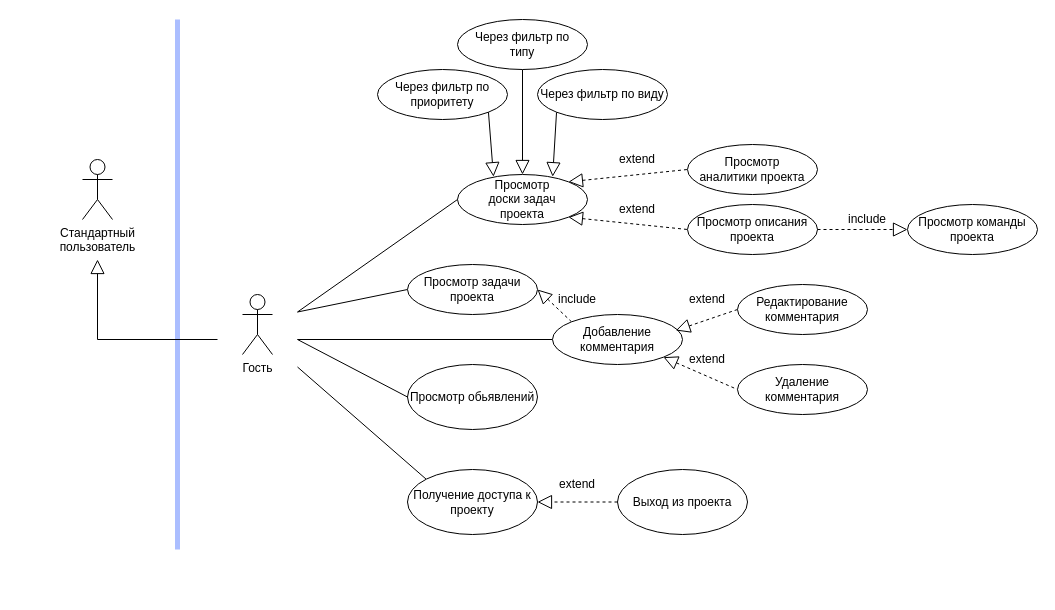
The draw.io diagram page "Page-2" (3 of 4) of doc/use-case.drawio in UlrixSingle/task-manager-suai-23, before the edit. Source tidied: cells renumbered, new cells numbered last; positions are measured from the earlier drawing's top-left corner, leaving out a move shared by most shapes. Both pictures are drawn from the tidied source at 100%, with x=0, y=0 at pixel (57, 19).
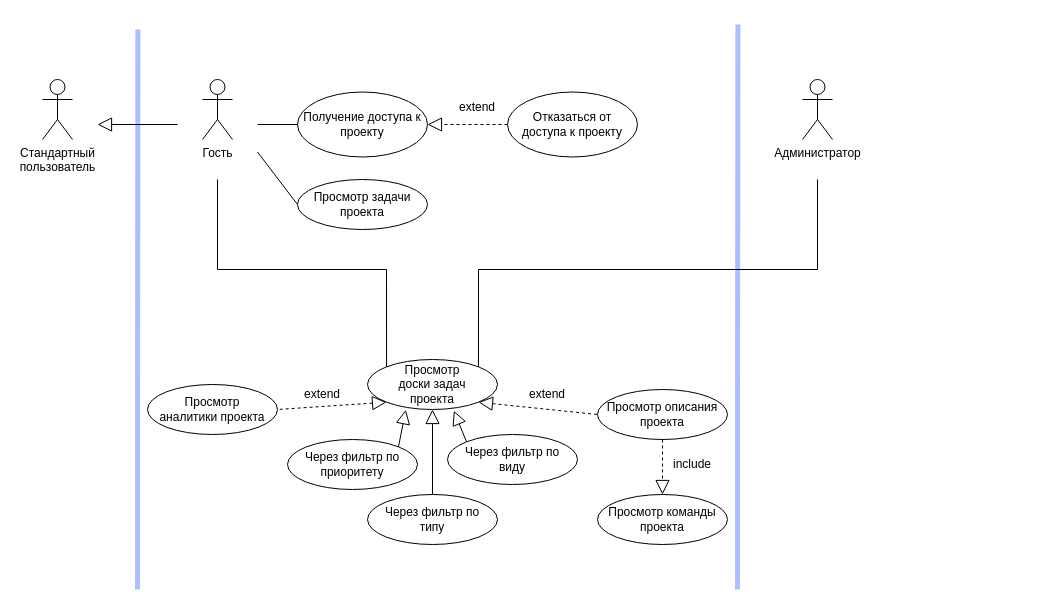
The same page after the edit.

The edit, as a diff of the source:
```diff
@@
-    <mxCell id="2" style="endArrow=none;html=1;rounded=0;edgeStyle=orthogonalEdgeStyle;fillColor=#dae8fc;strokeColor=#ABBEFF;strokeWidth=5;" parent="1" edge="1">
-      <mxGeometry relative="1" as="geometry">
-        <mxPoint x="120" y="530" as="sourcePoint" />
-        <mxPoint x="120" as="targetPoint" />
-        <Array as="points">
-          <mxPoint x="120" y="520" />
-          <mxPoint x="120" y="520" />
-        </Array>
-      </mxGeometry>
-    </mxCell>
-    <mxCell id="3" style="group;" parent="1" vertex="1">
-      <mxGeometry y="130" width="80" height="110" as="geometry" />
-    </mxCell>
+    <mxCell id="46" style="endArrow=none;html=1;rounded=0;edgeStyle=orthogonalEdgeStyle;fillColor=#dae8fc;strokeColor=#ABBEFF;strokeWidth=5;" parent="1" edge="1">
+      <mxGeometry relative="1" as="geometry">
+        <mxPoint x="80" y="570" as="sourcePoint" />
+        <mxPoint x="80.4" y="10" as="targetPoint" />
+        <Array as="points">
+          <mxPoint x="80" y="445" />
+          <mxPoint x="80" y="445" />
+        </Array>
+      </mxGeometry>
+    </mxCell>
+    <mxCell id="47" style="group;" parent="1" vertex="1">
+      <mxGeometry x="-40" y="50" width="80" height="110" as="geometry" />
+    </mxCell>
-    <mxCell id="4" value="Стандартный&lt;br&gt;пользователь" style="shape=umlActor;verticalLabelPosition=bottom;verticalAlign=top;html=1;" parent="3" vertex="1">
+    <mxCell id="4" value="Стандартный&lt;br&gt;пользователь" style="shape=umlActor;verticalLabelPosition=bottom;verticalAlign=top;html=1;" parent="47" vertex="1">
       <mxGeometry x="25" y="10" width="30" height="60" as="geometry" />
     </mxCell>
-    <mxCell id="5" style="rounded=0;whiteSpace=wrap;html=1;fillColor=none;strokeColor=none;" parent="3" vertex="1">
-      <mxGeometry width="80" height="110" as="geometry" />
-    </mxCell>
-    <mxCell id="6" style="group;" parent="1" vertex="1">
-      <mxGeometry x="160" y="265" width="80" height="110" as="geometry" />
-    </mxCell>
+    <mxCell id="48" style="rounded=0;whiteSpace=wrap;html=1;fillColor=none;strokeColor=none;" parent="47" vertex="1">
+      <mxGeometry width="80" height="110" as="geometry" />
+    </mxCell>
+    <mxCell id="49" style="group;" parent="1" vertex="1">
+      <mxGeometry x="720" y="50" width="80" height="110" as="geometry" />
+    </mxCell>
+    <mxCell id="50" value="Администратор" style="shape=umlActor;verticalLabelPosition=bottom;verticalAlign=top;html=1;" parent="49" vertex="1">
+      <mxGeometry x="25" y="10" width="30" height="60" as="geometry" />
+    </mxCell>
+    <mxCell id="51" style="rounded=0;whiteSpace=wrap;html=1;fillColor=none;strokeColor=none;" parent="49" vertex="1">
+      <mxGeometry width="80" height="110" as="geometry" />
+    </mxCell>
+    <mxCell id="52" style="group;" parent="1" vertex="1">
+      <mxGeometry x="120" y="50" width="80" height="110" as="geometry" />
+    </mxCell>
-    <mxCell id="7" value="Гость" style="shape=umlActor;verticalLabelPosition=bottom;verticalAlign=top;html=1;" parent="6" vertex="1">
+    <mxCell id="7" value="Гость" style="shape=umlActor;verticalLabelPosition=bottom;verticalAlign=top;html=1;" parent="52" vertex="1">
       <mxGeometry x="25" y="10" width="30" height="60" as="geometry" />
     </mxCell>
-    <mxCell id="8" style="rounded=0;whiteSpace=wrap;html=1;fillColor=none;strokeColor=none;" parent="6" vertex="1">
-      <mxGeometry width="80" height="110" as="geometry" />
-    </mxCell>
-    <mxCell id="9" style="edgeStyle=none;rounded=0;jumpStyle=none;jumpSize=6;jettySize=auto;html=1;exitX=0;exitY=0;exitDx=0;exitDy=0;entryX=1;entryY=0.75;entryDx=0;entryDy=0;startArrow=none;startFill=0;endArrow=none;endFill=0;startSize=12;endSize=12;targetPerimeterSpacing=0;strokeColor=#000000;strokeWidth=1;" parent="1" edge="1" source="10" target="8">
-      <mxGeometry relative="1" as="geometry" />
-    </mxCell>
+    <mxCell id="53" style="rounded=0;whiteSpace=wrap;html=1;fillColor=none;strokeColor=none;" parent="52" vertex="1">
+      <mxGeometry width="80" height="110" as="geometry" />
+    </mxCell>
+    <mxCell id="54" style="edgeStyle=none;rounded=0;jumpStyle=none;jumpSize=6;jettySize=auto;html=1;exitX=0;exitY=0.5;exitDx=0;exitDy=0;entryX=1;entryY=0.5;entryDx=0;entryDy=0;startArrow=none;startFill=0;endArrow=none;endFill=0;startSize=12;endSize=12;targetPerimeterSpacing=0;strokeColor=#000000;strokeWidth=1;" parent="1" edge="1" source="10" target="53">
+      <mxGeometry relative="1" as="geometry" />
+    </mxCell>
     <mxCell id="10" value="Получение доступа к&lt;br&gt;проекту" style="ellipse;whiteSpace=wrap;html=1;" parent="1" vertex="1">
-      <mxGeometry x="350" y="450" width="130" height="65" as="geometry" />
+      <mxGeometry x="240" y="72.5" width="130" height="65" as="geometry" />
     </mxCell>
@@
-    <mxCell id="12" style="edgeStyle=none;rounded=0;jumpStyle=none;jumpSize=6;jettySize=auto;html=1;exitX=1;exitY=0;exitDx=0;exitDy=0;entryX=0;entryY=0.5;entryDx=0;entryDy=0;startArrow=block;startFill=0;endArrow=none;endFill=0;startSize=12;endSize=12;targetPerimeterSpacing=0;strokeColor=#000000;strokeWidth=1;dashed=1;" parent="1" edge="1" source="13" target="17">
+    <mxCell id="12" style="edgeStyle=none;rounded=0;jumpStyle=none;jumpSize=6;jettySize=auto;html=1;exitX=0;exitY=1;exitDx=0;exitDy=0;entryX=1;entryY=0.5;entryDx=0;entryDy=0;startArrow=block;startFill=0;endArrow=none;endFill=0;startSize=12;endSize=12;targetPerimeterSpacing=0;strokeColor=#000000;strokeWidth=1;dashed=1;" parent="1" edge="1" source="13" target="17">
       <mxGeometry relative="1" as="geometry" />
     </mxCell>
     <mxCell id="13" value="Просмотр &lt;br&gt;доски задач &lt;br&gt;проекта" style="ellipse;whiteSpace=wrap;html=1;" parent="1" vertex="1">
-      <mxGeometry x="400" y="155" width="130" height="50" as="geometry" />
+      <mxGeometry x="310" y="340" width="130" height="50" as="geometry" />
     </mxCell>
-    <mxCell id="14" style="edgeStyle=none;rounded=0;jumpStyle=none;jumpSize=6;jettySize=auto;html=1;exitX=0;exitY=0.5;exitDx=0;exitDy=0;startArrow=none;startFill=0;endArrow=none;endFill=0;startSize=12;endSize=12;targetPerimeterSpacing=0;strokeColor=#000000;strokeWidth=1;entryX=1;entryY=0.25;entryDx=0;entryDy=0;" parent="1" edge="1" source="16" target="8">
-      <mxGeometry relative="1" as="geometry" />
-    </mxCell>
-    <mxCell id="15" style="edgeStyle=none;rounded=0;jumpStyle=none;jumpSize=6;jettySize=auto;html=1;exitX=0;exitY=0;exitDx=0;exitDy=0;dashed=1;startArrow=none;startFill=0;endArrow=block;endFill=0;startSize=12;endSize=12;targetPerimeterSpacing=0;strokeColor=#000000;strokeWidth=1;entryX=1;entryY=0.5;entryDx=0;entryDy=0;" parent="1" edge="1" source="22" target="16">
-      <mxGeometry relative="1" as="geometry" />
-    </mxCell>
-    <mxCell id="16" value="Просмотр задачи проекта" style="ellipse;whiteSpace=wrap;html=1;" parent="1" vertex="1">
-      <mxGeometry x="350" y="245" width="130" height="50" as="geometry" />
-    </mxCell>
     <mxCell id="17" value="Просмотр&lt;br&gt;аналитики проекта" style="ellipse;whiteSpace=wrap;html=1;" parent="1" vertex="1">
-      <mxGeometry x="630" y="125" width="130" height="50" as="geometry" />
+      <mxGeometry x="90" y="365" width="130" height="50" as="geometry" />
     </mxCell>
     <mxCell id="18" value="Просмотр описания проекта" style="ellipse;whiteSpace=wrap;html=1;" parent="1" vertex="1">
-      <mxGeometry x="630" y="185" width="130" height="50" as="geometry" />
+      <mxGeometry x="540" y="370" width="130" height="50" as="geometry" />
     </mxCell>
-    <mxCell id="19" style="edgeStyle=none;rounded=0;jumpStyle=none;jumpSize=6;jettySize=auto;html=1;exitX=1;exitY=0.25;exitDx=0;exitDy=0;entryX=0;entryY=0.5;entryDx=0;entryDy=0;startArrow=none;startFill=0;endArrow=none;endFill=0;startSize=12;endSize=12;targetPerimeterSpacing=0;strokeColor=#000000;strokeWidth=1;" parent="1" edge="1" source="8" target="13">
-      <mxGeometry relative="1" as="geometry" />
-    </mxCell>
-    <mxCell id="20" style="edgeStyle=none;rounded=0;jumpStyle=none;jumpSize=6;jettySize=auto;html=1;exitX=0;exitY=0.5;exitDx=0;exitDy=0;startArrow=none;startFill=0;endArrow=none;endFill=0;startSize=12;endSize=12;targetPerimeterSpacing=0;strokeColor=#000000;strokeWidth=1;entryX=1;entryY=0.5;entryDx=0;entryDy=0;" parent="1" edge="1" source="22" target="8">
-      <mxGeometry relative="1" as="geometry" />
-    </mxCell>
-    <mxCell id="21" style="edgeStyle=none;rounded=0;jumpStyle=none;jumpSize=6;jettySize=auto;html=1;exitX=1;exitY=1;exitDx=0;exitDy=0;entryX=0;entryY=0.5;entryDx=0;entryDy=0;startArrow=block;startFill=0;endArrow=none;endFill=0;startSize=12;endSize=12;targetPerimeterSpacing=0;strokeColor=#000000;strokeWidth=1;dashed=1;" parent="1" edge="1" source="22" target="27">
-      <mxGeometry relative="1" as="geometry" />
-    </mxCell>
-    <mxCell id="22" value="Добавление комментария" style="ellipse;whiteSpace=wrap;html=1;" parent="1" vertex="1">
-      <mxGeometry x="495" y="295" width="130" height="50" as="geometry" />
-    </mxCell>
-    <mxCell id="23" style="edgeStyle=none;rounded=0;jumpStyle=none;jumpSize=6;jettySize=auto;html=1;exitX=0;exitY=0.5;exitDx=0;exitDy=0;startArrow=none;startFill=0;endArrow=block;endFill=0;startSize=12;endSize=12;targetPerimeterSpacing=0;strokeColor=#000000;strokeWidth=1;dashed=1;entryX=0.948;entryY=0.32;entryDx=0;entryDy=0;entryPerimeter=0;" parent="1" edge="1" source="24" target="22">
-      <mxGeometry relative="1" as="geometry" />
-    </mxCell>
-    <mxCell id="24" value="Редактирование комментария" style="ellipse;whiteSpace=wrap;html=1;" parent="1" vertex="1">
-      <mxGeometry x="680" y="265" width="130" height="50" as="geometry" />
-    </mxCell>
-    <mxCell id="25" style="edgeStyle=none;rounded=0;jumpStyle=none;jumpSize=6;jettySize=auto;html=1;exitX=0;exitY=0.5;exitDx=0;exitDy=0;entryX=1;entryY=0.5;entryDx=0;entryDy=0;startArrow=none;startFill=0;endArrow=block;endFill=0;startSize=12;endSize=12;targetPerimeterSpacing=0;strokeColor=#000000;strokeWidth=1;dashed=1;" parent="1" edge="1" source="26" target="10">
-      <mxGeometry relative="1" as="geometry" />
-    </mxCell>
-    <mxCell id="26" value="Выход из проекта" style="ellipse;whiteSpace=wrap;html=1;" parent="1" vertex="1">
-      <mxGeometry x="560" y="450" width="130" height="65" as="geometry" />
-    </mxCell>
-    <mxCell id="27" value="Удаление комментария" style="ellipse;whiteSpace=wrap;html=1;" parent="1" vertex="1">
-      <mxGeometry x="680" y="345" width="130" height="50" as="geometry" />
-    </mxCell>
-    <mxCell id="28" value="include" style="text;html=1;strokeColor=none;fillColor=none;align=center;verticalAlign=middle;whiteSpace=wrap;rounded=0;" parent="1" vertex="1">
-      <mxGeometry x="490" y="265" width="60" height="30" as="geometry" />
-    </mxCell>
-    <mxCell id="29" value="extend" style="text;html=1;strokeColor=none;fillColor=none;align=center;verticalAlign=middle;whiteSpace=wrap;rounded=0;" parent="1" vertex="1">
-      <mxGeometry x="620" y="325" width="60" height="30" as="geometry" />
-    </mxCell>
-    <mxCell id="30" value="extend" style="text;html=1;strokeColor=none;fillColor=none;align=center;verticalAlign=middle;whiteSpace=wrap;rounded=0;" parent="1" vertex="1">
-      <mxGeometry x="620" y="265" width="60" height="30" as="geometry" />
-    </mxCell>
-    <mxCell id="31" value="extend" style="text;html=1;strokeColor=none;fillColor=none;align=center;verticalAlign=middle;whiteSpace=wrap;rounded=0;" parent="1" vertex="1">
-      <mxGeometry x="490" y="450" width="60" height="30" as="geometry" />
-    </mxCell>
-    <mxCell id="32" value="extend" style="text;html=1;strokeColor=none;fillColor=none;align=center;verticalAlign=middle;whiteSpace=wrap;rounded=0;" parent="1" vertex="1">
-      <mxGeometry x="550" y="175" width="60" height="30" as="geometry" />
-    </mxCell>
-    <mxCell id="33" value="extend" style="text;html=1;strokeColor=none;fillColor=none;align=center;verticalAlign=middle;whiteSpace=wrap;rounded=0;" parent="1" vertex="1">
-      <mxGeometry x="550" y="125" width="60" height="30" as="geometry" />
-    </mxCell>
+    <mxCell id="55" style="edgeStyle=orthogonalEdgeStyle;rounded=0;jumpStyle=none;jumpSize=6;jettySize=auto;html=1;entryX=0;entryY=0;entryDx=0;entryDy=0;startArrow=none;startFill=0;endArrow=none;endFill=0;startSize=12;endSize=12;targetPerimeterSpacing=0;strokeColor=#000000;strokeWidth=1;exitX=0.5;exitY=1;exitDx=0;exitDy=0;" parent="1" edge="1" source="53" target="13">
+      <mxGeometry relative="1" as="geometry">
+        <Array as="points">
+          <mxPoint x="160" y="250" />
+          <mxPoint x="329" y="250" />
+        </Array>
+      </mxGeometry>
+    </mxCell>
+    <mxCell id="56" style="edgeStyle=none;rounded=0;jumpStyle=none;jumpSize=6;jettySize=auto;html=1;exitX=0;exitY=0.5;exitDx=0;exitDy=0;entryX=1;entryY=0.5;entryDx=0;entryDy=0;startArrow=none;startFill=0;endArrow=block;endFill=0;startSize=12;endSize=12;targetPerimeterSpacing=0;strokeColor=#000000;strokeWidth=1;dashed=1;" parent="1" edge="1" source="57" target="10">
+      <mxGeometry relative="1" as="geometry" />
+    </mxCell>
+    <mxCell id="57" value="Отказаться от &lt;br&gt;доступа к проекту" style="ellipse;whiteSpace=wrap;html=1;" parent="1" vertex="1">
+      <mxGeometry x="450" y="72.5" width="130" height="65" as="geometry" />
+    </mxCell>
+    <mxCell id="58" value="extend" style="text;html=1;strokeColor=none;fillColor=none;align=center;verticalAlign=middle;whiteSpace=wrap;rounded=0;" parent="1" vertex="1">
+      <mxGeometry x="390" y="72.5" width="60" height="30" as="geometry" />
+    </mxCell>
+    <mxCell id="59" value="extend" style="text;html=1;strokeColor=none;fillColor=none;align=center;verticalAlign=middle;whiteSpace=wrap;rounded=0;" parent="1" vertex="1">
+      <mxGeometry x="460" y="360" width="60" height="30" as="geometry" />
+    </mxCell>
+    <mxCell id="60" value="extend" style="text;html=1;strokeColor=none;fillColor=none;align=center;verticalAlign=middle;whiteSpace=wrap;rounded=0;" parent="1" vertex="1">
+      <mxGeometry x="235" y="360" width="60" height="30" as="geometry" />
+    </mxCell>
-    <mxCell id="34" style="edgeStyle=none;rounded=0;jumpStyle=none;jumpSize=6;jettySize=auto;html=1;exitX=0.732;exitY=0.044;exitDx=0;exitDy=0;entryX=0;entryY=1;entryDx=0;entryDy=0;startArrow=block;startFill=0;endArrow=none;endFill=0;startSize=12;endSize=12;targetPerimeterSpacing=0;strokeColor=#000000;strokeWidth=1;exitPerimeter=0;" parent="1" edge="1" source="13" target="36">
+    <mxCell id="34" style="edgeStyle=none;rounded=0;jumpStyle=none;jumpSize=6;jettySize=auto;html=1;exitX=0.664;exitY=1.025;exitDx=0;exitDy=0;entryX=0;entryY=0;entryDx=0;entryDy=0;startArrow=block;startFill=0;endArrow=none;endFill=0;startSize=12;endSize=12;targetPerimeterSpacing=0;strokeColor=#000000;strokeWidth=1;exitPerimeter=0;" parent="1" edge="1" source="13" target="36">
       <mxGeometry relative="1" as="geometry" />
     </mxCell>
-    <mxCell id="35" style="edgeStyle=none;rounded=0;jumpStyle=none;jumpSize=6;jettySize=auto;html=1;exitX=0.5;exitY=0;exitDx=0;exitDy=0;entryX=0.5;entryY=1;entryDx=0;entryDy=0;startArrow=block;startFill=0;endArrow=none;endFill=0;startSize=12;endSize=12;targetPerimeterSpacing=0;strokeColor=#000000;strokeWidth=1;" parent="1" edge="1" source="13" target="37">
+    <mxCell id="35" style="edgeStyle=none;rounded=0;jumpStyle=none;jumpSize=6;jettySize=auto;html=1;exitX=0.5;exitY=1;exitDx=0;exitDy=0;startArrow=block;startFill=0;endArrow=none;endFill=0;startSize=12;endSize=12;targetPerimeterSpacing=0;strokeColor=#000000;strokeWidth=1;entryX=0.5;entryY=0;entryDx=0;entryDy=0;" parent="1" edge="1" source="13" target="37">
       <mxGeometry relative="1" as="geometry" />
     </mxCell>
-    <mxCell id="36" value="Через фильтр по виду" style="ellipse;whiteSpace=wrap;html=1;" parent="1" vertex="1">
-      <mxGeometry x="480" y="50" width="130" height="50" as="geometry" />
+    <mxCell id="36" value="Через фильтр по &lt;br&gt;виду" style="ellipse;whiteSpace=wrap;html=1;" parent="1" vertex="1">
+      <mxGeometry x="390" y="415" width="130" height="50" as="geometry" />
     </mxCell>
     <mxCell id="37" value="Через фильтр по&lt;br&gt;типу" style="ellipse;whiteSpace=wrap;html=1;" parent="1" vertex="1">
-      <mxGeometry x="400" width="130" height="50" as="geometry" />
+      <mxGeometry x="310" y="475" width="130" height="50" as="geometry" />
     </mxCell>
-    <mxCell id="38" value="Просмотр обьявлений" style="ellipse;whiteSpace=wrap;html=1;" parent="1" vertex="1">
-      <mxGeometry x="350" y="345" width="130" height="65" as="geometry" />
-    </mxCell>
-    <mxCell id="39" style="edgeStyle=none;rounded=0;jumpStyle=none;jumpSize=6;jettySize=auto;html=1;exitX=1;exitY=0.5;exitDx=0;exitDy=0;entryX=0;entryY=0.5;entryDx=0;entryDy=0;startArrow=none;startFill=0;endArrow=none;endFill=0;startSize=12;endSize=12;targetPerimeterSpacing=0;strokeColor=#000000;strokeWidth=1;" parent="1" edge="1" source="8" target="38">
-      <mxGeometry relative="1" as="geometry" />
-    </mxCell>
-    <mxCell id="40" style="rounded=0;jettySize=auto;html=1;exitX=1;exitY=0.5;exitDx=0;exitDy=0;dashed=1;endArrow=block;endFill=0;entryX=0;entryY=0.5;entryDx=0;entryDy=0;endSize=12;startSize=12;" parent="1" edge="1" source="18" target="41">
+    <mxCell id="40" style="rounded=0;jettySize=auto;html=1;exitX=0.5;exitY=1;exitDx=0;exitDy=0;dashed=1;endArrow=block;endFill=0;entryX=0.5;entryY=0;entryDx=0;entryDy=0;endSize=12;startSize=12;" parent="1" edge="1" source="18" target="41">
       <mxGeometry relative="1" as="geometry" />
     </mxCell>
     <mxCell id="41" value="Просмотр команды проекта" style="ellipse;whiteSpace=wrap;html=1;" parent="1" vertex="1">
-      <mxGeometry x="850" y="185" width="130" height="50" as="geometry" />
+      <mxGeometry x="540" y="475" width="130" height="50" as="geometry" />
     </mxCell>
-    <mxCell id="42" value="include" style="text;html=1;strokeColor=none;fillColor=none;align=center;verticalAlign=middle;whiteSpace=wrap;rounded=0;" parent="1" vertex="1">
-      <mxGeometry x="780" y="185" width="60" height="30" as="geometry" />
-    </mxCell>
+    <mxCell id="61" value="include" style="text;html=1;strokeColor=none;fillColor=none;align=center;verticalAlign=middle;whiteSpace=wrap;rounded=0;" parent="1" vertex="1">
+      <mxGeometry x="605" y="430" width="60" height="30" as="geometry" />
+    </mxCell>
     <mxCell id="43" value="Через фильтр по приоритету" style="ellipse;whiteSpace=wrap;html=1;" parent="1" vertex="1">
-      <mxGeometry x="320" y="50" width="130" height="50" as="geometry" />
+      <mxGeometry x="230" y="420" width="130" height="50" as="geometry" />
     </mxCell>
-    <mxCell id="44" style="edgeStyle=none;rounded=0;jumpStyle=none;jumpSize=6;jettySize=auto;html=1;exitX=0.277;exitY=0.044;exitDx=0;exitDy=0;entryX=1;entryY=1;entryDx=0;entryDy=0;startArrow=block;startFill=0;endArrow=none;endFill=0;startSize=12;endSize=12;targetPerimeterSpacing=0;strokeColor=#000000;strokeWidth=1;exitPerimeter=0;" parent="1" edge="1" source="13" target="43">
+    <mxCell id="44" style="edgeStyle=none;rounded=0;jumpStyle=none;jumpSize=6;jettySize=auto;html=1;exitX=0.295;exitY=1.006;exitDx=0;exitDy=0;startArrow=block;startFill=0;endArrow=none;endFill=0;startSize=12;endSize=12;targetPerimeterSpacing=0;strokeColor=#000000;strokeWidth=1;exitPerimeter=0;entryX=1;entryY=0;entryDx=0;entryDy=0;" parent="1" edge="1" source="13" target="43">
       <mxGeometry relative="1" as="geometry" />
     </mxCell>
-    <mxCell id="45" style="edgeStyle=orthogonalEdgeStyle;rounded=0;jettySize=auto;html=1;exitX=0;exitY=0.5;exitDx=0;exitDy=0;entryX=0.5;entryY=1;entryDx=0;entryDy=0;endArrow=block;endFill=0;startSize=12;endSize=12;" parent="1" edge="1" source="8" target="5">
-      <mxGeometry relative="1" as="geometry" />
-    </mxCell>
+    <mxCell id="62" style="endArrow=none;html=1;rounded=0;edgeStyle=orthogonalEdgeStyle;fillColor=#dae8fc;strokeColor=#ABBEFF;strokeWidth=5;" parent="1" edge="1">
+      <mxGeometry relative="1" as="geometry">
+        <mxPoint x="680" y="570" as="sourcePoint" />
+        <mxPoint x="680.4" y="5" as="targetPoint" />
+        <Array as="points">
+          <mxPoint x="680" y="440" />
+          <mxPoint x="680" y="440" />
+        </Array>
+      </mxGeometry>
+    </mxCell>
+    <mxCell id="63" style="edgeStyle=orthogonalEdgeStyle;rounded=0;jettySize=auto;html=1;exitX=0;exitY=0.5;exitDx=0;exitDy=0;entryX=1;entryY=0.5;entryDx=0;entryDy=0;startArrow=none;startFill=0;endArrow=block;endFill=0;startSize=12;endSize=12;" parent="1" edge="1" source="53" target="48">
+      <mxGeometry relative="1" as="geometry" />
+    </mxCell>
+    <mxCell id="64" style="edgeStyle=orthogonalEdgeStyle;rounded=0;jettySize=auto;html=1;exitX=0.5;exitY=1;exitDx=0;exitDy=0;entryX=1;entryY=0;entryDx=0;entryDy=0;startArrow=none;startFill=0;endArrow=none;endFill=0;startSize=12;endSize=12;" parent="1" edge="1" source="51" target="13">
+      <mxGeometry relative="1" as="geometry" />
+    </mxCell>
+    <mxCell id="16" value="Просмотр задачи проекта" style="ellipse;whiteSpace=wrap;html=1;" parent="1" vertex="1">
+      <mxGeometry x="240" y="160" width="130" height="50" as="geometry" />
+    </mxCell>
+    <mxCell id="65" style="rounded=0;jettySize=auto;html=1;exitX=1;exitY=0.75;exitDx=0;exitDy=0;entryX=0;entryY=0.5;entryDx=0;entryDy=0;startArrow=none;startFill=0;endArrow=none;endFill=0;startSize=12;endSize=12;" parent="1" edge="1" source="53" target="16">
+      <mxGeometry relative="1" as="geometry" />
+    </mxCell>
```
